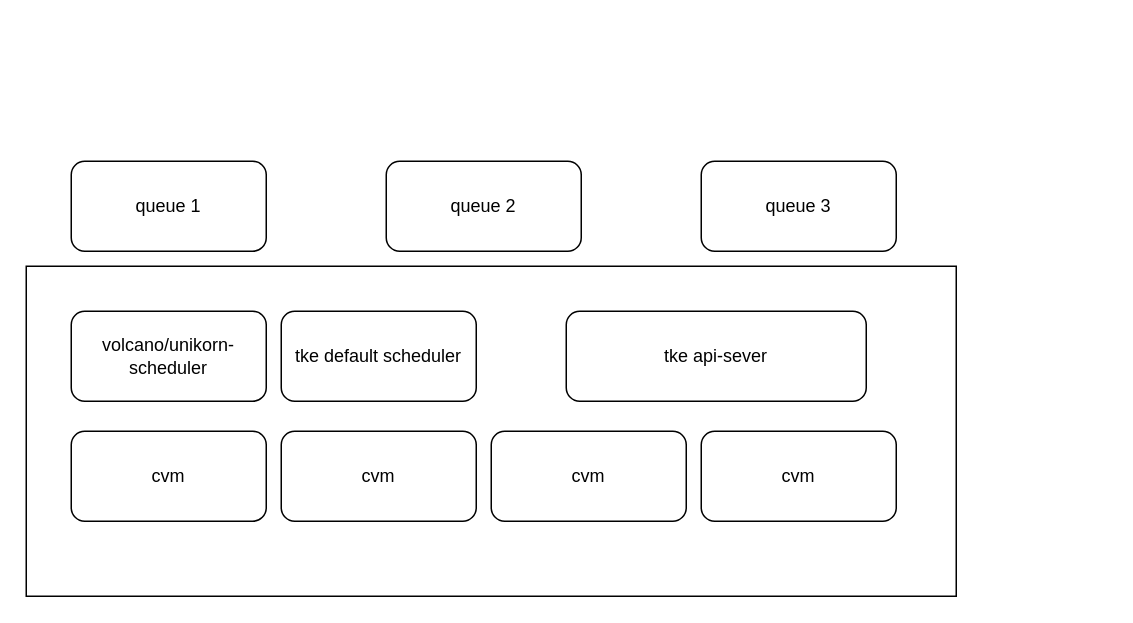
The draw.io diagram dlc-资源池设计.drawio in yuhuali1989/ui, before the edit. Source tidied: cells renumbered, new cells numbered last; positions are measured from the earlier drawing's top-left corner, leaving out a move shared by most shapes. Both pictures are drawn from the tidied source at 150%, with x=0, y=0 at pixel (26, 160).
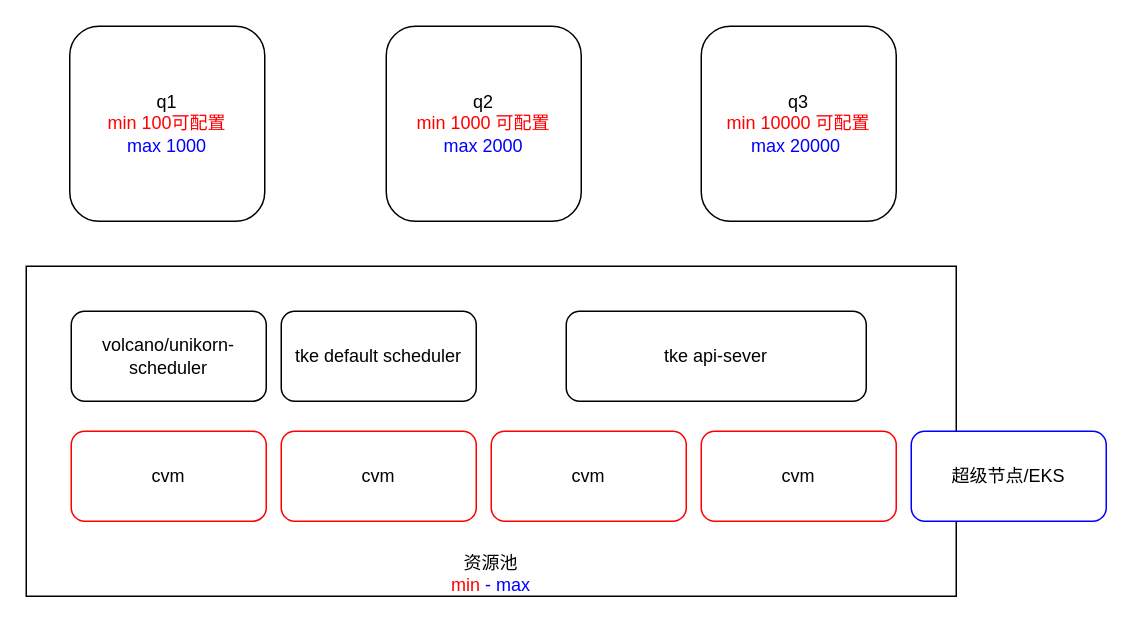
After the change.

Commit message (it also covers changes not shown here):
Update dlc-资源池设计.drawio

The edit, as a diff of the source:
```diff
@@
 <mxGraphModel>
   <root>
     <mxCell id="0" />
     <mxCell id="1" parent="0" />
     <mxCell id="2" style="rounded=0;whiteSpace=wrap;html=1;" parent="1" vertex="1">
       <mxGeometry y="70" width="620" height="220" as="geometry" />
     </mxCell>
     <mxCell id="3" value="tke api-sever" style="rounded=1;whiteSpace=wrap;html=1;" parent="1" vertex="1">
       <mxGeometry x="360" y="100" width="200" height="60" as="geometry" />
     </mxCell>
-    <mxCell id="4" value="cvm" style="rounded=1;whiteSpace=wrap;html=1;" parent="1" vertex="1">
+    <mxCell id="4" value="cvm" style="rounded=1;whiteSpace=wrap;html=1;strokeColor=#FF0000;" parent="1" vertex="1">
       <mxGeometry x="30" y="180" width="130" height="60" as="geometry" />
     </mxCell>
-    <mxCell id="5" value="cvm" style="rounded=1;whiteSpace=wrap;html=1;" parent="1" vertex="1">
+    <mxCell id="5" value="cvm" style="rounded=1;whiteSpace=wrap;html=1;strokeColor=#FF0000;" parent="1" vertex="1">
       <mxGeometry x="170" y="180" width="130" height="60" as="geometry" />
     </mxCell>
-    <mxCell id="6" value="cvm" style="rounded=1;whiteSpace=wrap;html=1;" parent="1" vertex="1">
+    <mxCell id="6" value="cvm" style="rounded=1;whiteSpace=wrap;html=1;strokeColor=#FF0000;" parent="1" vertex="1">
       <mxGeometry x="310" y="180" width="130" height="60" as="geometry" />
     </mxCell>
-    <mxCell id="7" value="cvm" style="rounded=1;whiteSpace=wrap;html=1;" parent="1" vertex="1">
+    <mxCell id="7" value="cvm" style="rounded=1;whiteSpace=wrap;html=1;strokeColor=#FF0000;" parent="1" vertex="1">
       <mxGeometry x="450" y="180" width="130" height="60" as="geometry" />
     </mxCell>
-    <mxCell id="8" value="queue 1" style="rounded=1;whiteSpace=wrap;html=1;" parent="1" vertex="1">
-      <mxGeometry x="30" width="130" height="60" as="geometry" />
+    <mxCell id="8" value="q1&lt;br&gt;&lt;font color=&quot;#ff0000&quot;&gt;min 100可配置&lt;br&gt;&lt;/font&gt;&lt;font color=&quot;#0000ff&quot;&gt;max 1000&lt;/font&gt;" style="rounded=1;whiteSpace=wrap;html=1;" parent="1" vertex="1">
+      <mxGeometry x="29" y="-90" width="130" height="130" as="geometry" />
     </mxCell>
-    <mxCell id="9" value="queue 2" style="rounded=1;whiteSpace=wrap;html=1;" parent="1" vertex="1">
-      <mxGeometry x="240" width="130" height="60" as="geometry" />
+    <mxCell id="9" value="q2&lt;br&gt;&lt;font color=&quot;#ff0000&quot;&gt;min 1000 可配置&lt;br&gt;&lt;/font&gt;&lt;font color=&quot;#0000ff&quot;&gt;max 2000&lt;/font&gt;" style="rounded=1;whiteSpace=wrap;html=1;" parent="1" vertex="1">
+      <mxGeometry x="240" y="-90" width="130" height="130" as="geometry" />
     </mxCell>
-    <mxCell id="10" value="queue 3" style="rounded=1;whiteSpace=wrap;html=1;" parent="1" vertex="1">
-      <mxGeometry x="450" width="130" height="60" as="geometry" />
+    <mxCell id="10" value="q3&lt;br&gt;&lt;font color=&quot;#ff0000&quot;&gt;min 10000 可配置&lt;br&gt;&lt;/font&gt;&lt;font color=&quot;#0000ff&quot;&gt;max 20000&amp;nbsp;&lt;/font&gt;" style="rounded=1;whiteSpace=wrap;html=1;" parent="1" vertex="1">
+      <mxGeometry x="450" y="-90" width="130" height="130" as="geometry" />
     </mxCell>
     <mxCell id="11" value="volcano/unikorn-scheduler" style="rounded=1;whiteSpace=wrap;html=1;" parent="1" vertex="1">
       <mxGeometry x="30" y="100" width="130" height="60" as="geometry" />
     </mxCell>
     <mxCell id="12" value="tke default scheduler" style="rounded=1;whiteSpace=wrap;html=1;" parent="1" vertex="1">
       <mxGeometry x="170" y="100" width="130" height="60" as="geometry" />
     </mxCell>
+    <mxCell id="13" value="超级节点/EKS" style="rounded=1;whiteSpace=wrap;html=1;strokeColor=#0000FF;" parent="1" vertex="1">
+      <mxGeometry x="590" y="180" width="130" height="60" as="geometry" />
+    </mxCell>
+    <mxCell id="14" value="&lt;font color=&quot;#000000&quot;&gt;资源池&lt;/font&gt; &lt;font color=&quot;#ff0000&quot;&gt;min&lt;/font&gt; - max" style="text;html=1;strokeColor=none;fillColor=none;align=center;verticalAlign=middle;whiteSpace=wrap;rounded=0;fontColor=#0000FF;" parent="1" vertex="1">
+      <mxGeometry x="280" y="260" width="60" height="30" as="geometry" />
+    </mxCell>
   </root>
 </mxGraphModel>
```
